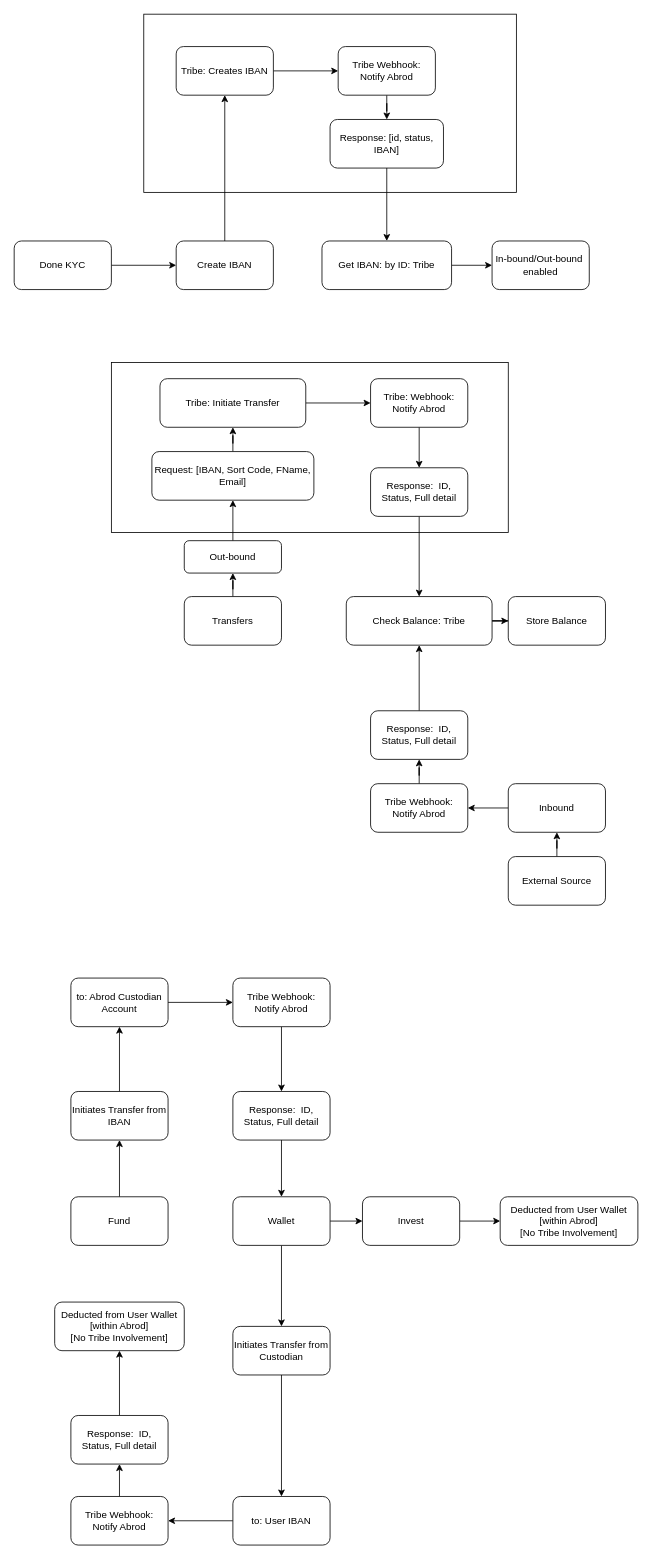
This is Untitled Diagram.drawio from aeadedoyin/drawio, a draw.io file, before an edit. Source tidied: cells renumbered, new cells numbered last; positions are measured from the earlier drawing's top-left corner, leaving out a move shared by most shapes. Both pictures are drawn from the tidied source at 81%, with x=0, y=0 at pixel (14, 14).
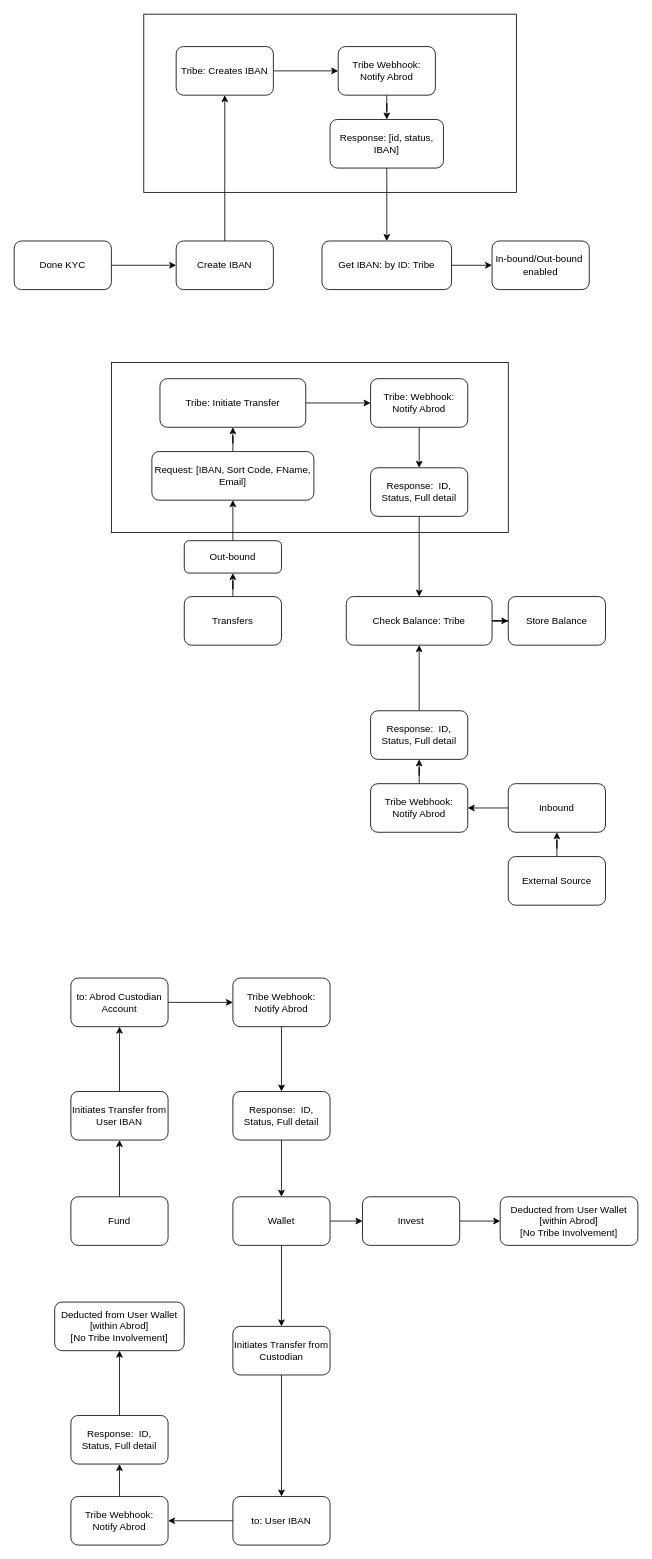
After the change.

The edit, as a diff of the source:
```diff
@@
-    <mxCell id="46" value="Initiates Transfer from IBAN" style="whiteSpace=wrap;html=1;rounded=1;" parent="1" vertex="1">
+    <mxCell id="46" value="Initiates Transfer from User IBAN" style="whiteSpace=wrap;html=1;rounded=1;" parent="1" vertex="1">
       <mxGeometry x="70" y="1330" width="120" height="60" as="geometry" />
     </mxCell>
```
